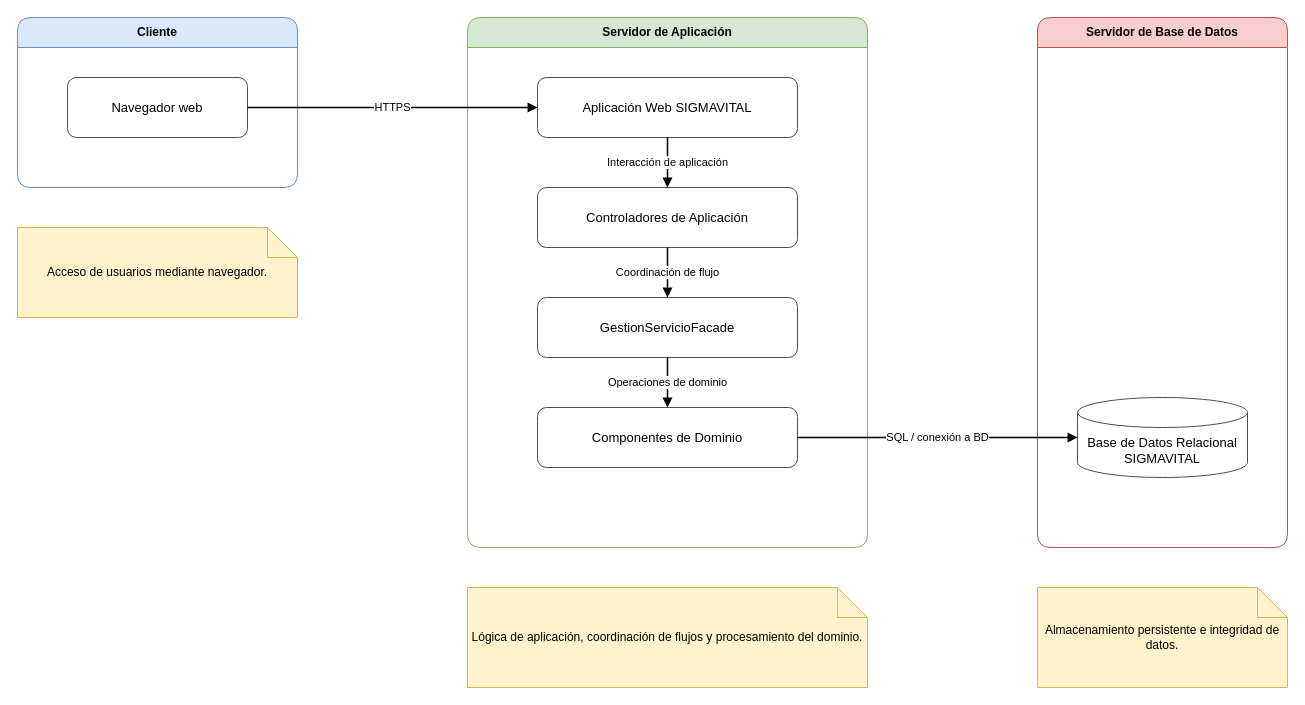
Above: 02-training-project/01-phase/02-planning/06-architecture/04-evidence-learning/G2-P1-arquitectura/06-despliegue/A6-Deployment-View-SIGMAVITAL.drawio in miguel18100/ADSO-3413974 (draw.io), before the change. Source tidied: cells renumbered, new cells numbered last; positions are measured from the earlier drawing's top-left corner, leaving out a move shared by most shapes. Both pictures are drawn from the tidied source at 100%, with x=0, y=0 at pixel (17, 17).
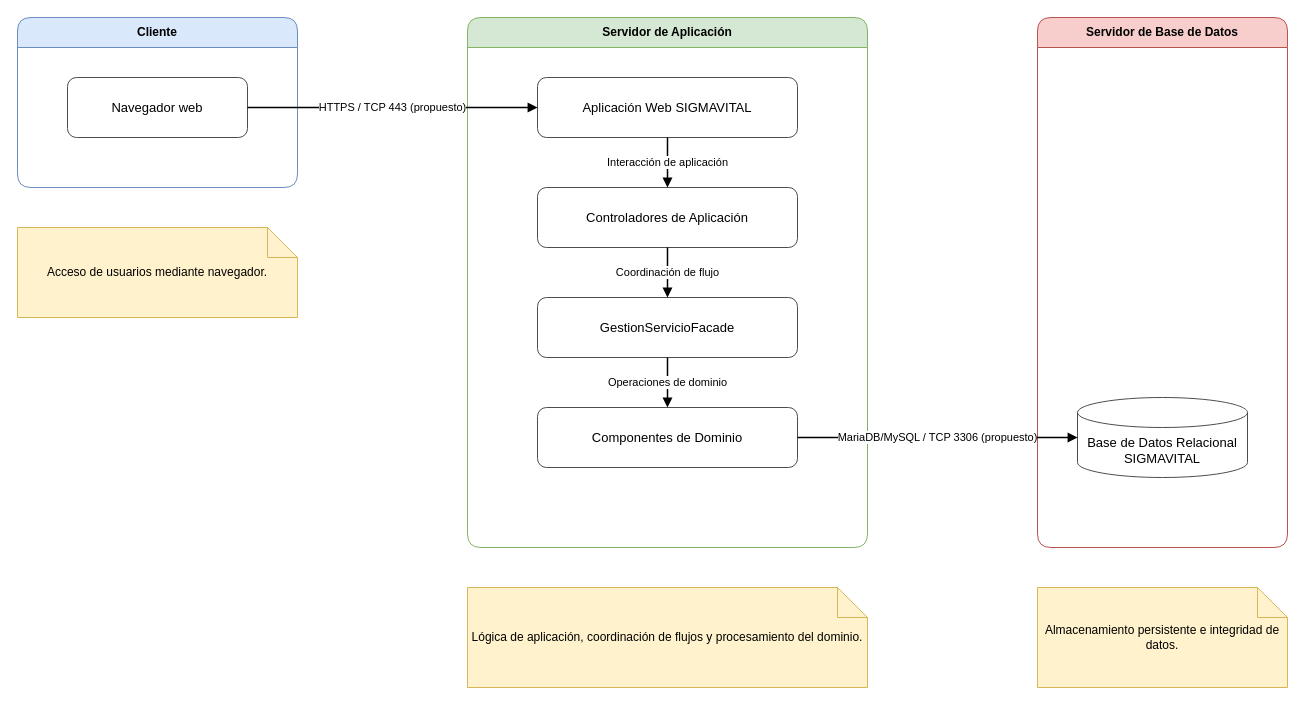
After the change.

Diff of the diagram source:
```diff
@@
 <mxGraphModel>
   <root>
     <mxCell id="0" />
     <mxCell id="1" parent="0" />
     <mxCell id="2" value="Cliente" style="swimlane;startSize=30;horizontal=1;rounded=1;whiteSpace=wrap;html=1;fontStyle=1;fillColor=#dae8fc;strokeColor=#6c8ebf;swimlaneFillColor=none;" parent="1" vertex="1">
       <mxGeometry width="280" height="170" as="geometry" />
     </mxCell>
     <mxCell id="3" value="Servidor de Aplicación" style="swimlane;startSize=30;horizontal=1;rounded=1;whiteSpace=wrap;html=1;fontStyle=1;fillColor=#d5e8d4;strokeColor=#82b366;swimlaneFillColor=none;" parent="1" vertex="1">
       <mxGeometry x="450" width="400" height="530" as="geometry" />
     </mxCell>
     <mxCell id="4" value="Servidor de Base de Datos" style="swimlane;startSize=30;horizontal=1;rounded=1;whiteSpace=wrap;html=1;fontStyle=1;fillColor=#f8cecc;strokeColor=#b85450;swimlaneFillColor=none;" parent="1" vertex="1">
       <mxGeometry x="1020" width="250" height="530" as="geometry" />
     </mxCell>
     <mxCell id="5" value="Navegador web" style="rounded=1;whiteSpace=wrap;html=1;fillColor=#ffffff;strokeColor=#4d4d4d;fontSize=13;" parent="1" vertex="1">
       <mxGeometry x="50" y="60" width="180" height="60" as="geometry" />
     </mxCell>
     <mxCell id="6" value="Aplicación Web SIGMAVITAL" style="rounded=1;whiteSpace=wrap;html=1;fillColor=#ffffff;strokeColor=#4d4d4d;fontSize=13;" parent="1" vertex="1">
       <mxGeometry x="520" y="60" width="260" height="60" as="geometry" />
     </mxCell>
     <mxCell id="7" value="Controladores de Aplicación" style="rounded=1;whiteSpace=wrap;html=1;fillColor=#ffffff;strokeColor=#4d4d4d;fontSize=13;" parent="1" vertex="1">
       <mxGeometry x="520" y="170" width="260" height="60" as="geometry" />
     </mxCell>
     <mxCell id="8" value="GestionServicioFacade" style="rounded=1;whiteSpace=wrap;html=1;fillColor=#ffffff;strokeColor=#4d4d4d;fontSize=13;" parent="1" vertex="1">
       <mxGeometry x="520" y="280" width="260" height="60" as="geometry" />
     </mxCell>
     <mxCell id="9" value="Componentes de Dominio" style="rounded=1;whiteSpace=wrap;html=1;fillColor=#ffffff;strokeColor=#4d4d4d;fontSize=13;" parent="1" vertex="1">
       <mxGeometry x="520" y="390" width="260" height="60" as="geometry" />
     </mxCell>
     <mxCell id="10" value="Base de Datos Relacional SIGMAVITAL" style="shape=cylinder3;boundedLbl=1;whiteSpace=wrap;html=1;fillColor=#ffffff;strokeColor=#4d4d4d;fontSize=13;" parent="1" vertex="1">
       <mxGeometry x="1060" y="380" width="170" height="80" as="geometry" />
     </mxCell>
     <mxCell id="11" value="Acceso de usuarios mediante navegador." style="shape=note;whiteSpace=wrap;html=1;fillColor=#fff2cc;strokeColor=#d6b656;" parent="1" vertex="1">
       <mxGeometry y="210" width="280" height="90" as="geometry" />
     </mxCell>
     <mxCell id="12" value="Lógica de aplicación, coordinación de flujos y procesamiento del dominio." style="shape=note;whiteSpace=wrap;html=1;fillColor=#fff2cc;strokeColor=#d6b656;" parent="1" vertex="1">
       <mxGeometry x="450" y="570" width="400" height="100" as="geometry" />
     </mxCell>
     <mxCell id="13" value="Almacenamiento persistente e integridad de datos." style="shape=note;whiteSpace=wrap;html=1;fillColor=#fff2cc;strokeColor=#d6b656;" parent="1" vertex="1">
       <mxGeometry x="1020" y="570" width="250" height="100" as="geometry" />
     </mxCell>
-    <mxCell id="14" value="HTTPS" style="edgeStyle=orthogonalEdgeStyle;rounded=0;html=1;endArrow=block;endFill=1;strokeWidth=1.5;labelBackgroundColor=#ffffff;exitX=1;exitY=0.5;entryX=0;entryY=0.5;" parent="1" edge="1" source="5" target="6">
+    <mxCell id="14" value="HTTPS / TCP 443 (propuesto)" style="edgeStyle=orthogonalEdgeStyle;rounded=0;html=1;endArrow=block;endFill=1;strokeWidth=1.5;labelBackgroundColor=#ffffff;exitX=1;exitY=0.5;entryX=0;entryY=0.5;" parent="1" edge="1" source="5" target="6">
       <mxGeometry relative="1" as="geometry" />
     </mxCell>
     <mxCell id="15" value="Interacción de aplicación" style="edgeStyle=orthogonalEdgeStyle;rounded=0;html=1;endArrow=block;endFill=1;strokeWidth=1.5;labelBackgroundColor=#ffffff;exitX=0.5;exitY=1;entryX=0.5;entryY=0;" parent="1" edge="1" source="6" target="7">
       <mxGeometry relative="1" as="geometry" />
     </mxCell>
     <mxCell id="16" value="Coordinación de flujo" style="edgeStyle=orthogonalEdgeStyle;rounded=0;html=1;endArrow=block;endFill=1;strokeWidth=1.5;labelBackgroundColor=#ffffff;exitX=0.5;exitY=1;entryX=0.5;entryY=0;" parent="1" edge="1" source="7" target="8">
       <mxGeometry relative="1" as="geometry" />
     </mxCell>
     <mxCell id="17" value="Operaciones de dominio" style="edgeStyle=orthogonalEdgeStyle;rounded=0;html=1;endArrow=block;endFill=1;strokeWidth=1.5;labelBackgroundColor=#ffffff;exitX=0.5;exitY=1;entryX=0.5;entryY=0;" parent="1" edge="1" source="8" target="9">
       <mxGeometry relative="1" as="geometry" />
     </mxCell>
-    <mxCell id="18" value="SQL / conexión a BD" style="edgeStyle=orthogonalEdgeStyle;rounded=0;html=1;endArrow=block;endFill=1;strokeWidth=1.5;labelBackgroundColor=#ffffff;exitX=1;exitY=0.5;entryX=0;entryY=0.5;" parent="1" edge="1" source="9" target="10">
+    <mxCell id="18" value="MariaDB/MySQL / TCP 3306 (propuesto)" style="edgeStyle=orthogonalEdgeStyle;rounded=0;html=1;endArrow=block;endFill=1;strokeWidth=1.5;labelBackgroundColor=#ffffff;exitX=1;exitY=0.5;entryX=0;entryY=0.5;" parent="1" edge="1" source="9" target="10">
       <mxGeometry relative="1" as="geometry" />
     </mxCell>
   </root>
 </mxGraphModel>
```
